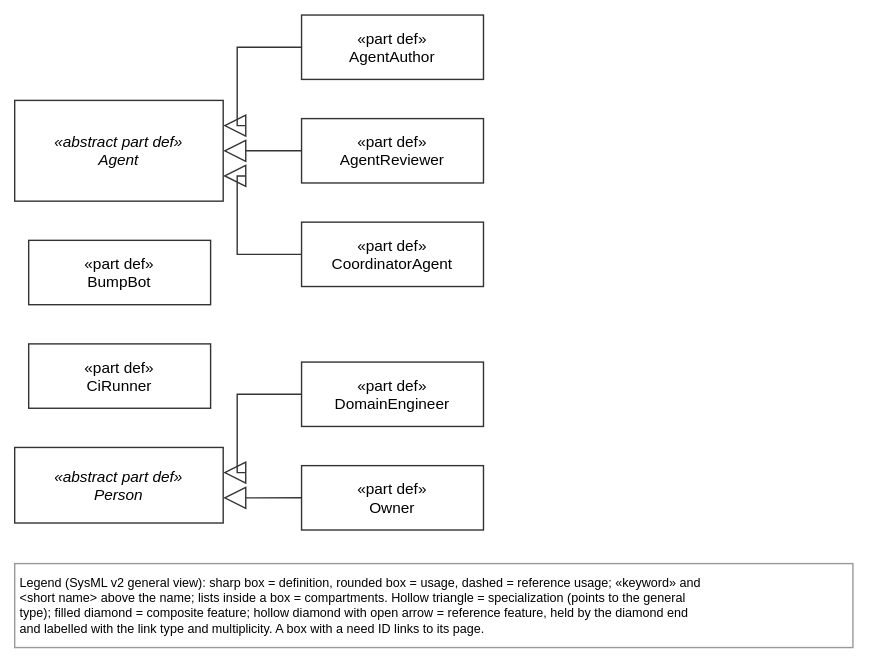
Before: views/roleKinds.drawio.svg, a diagram exported from draw.io (tiacsys/xdmod). Source tidied: cells renumbered, new cells last; positions are measured from the earlier drawing's top-left corner, leaving out a move shared by most shapes. Its diagram source:
```xml
<mxGraphModel>
  <root>
    <mxCell id="0" />
    <mxCell id="1" parent="0" />
    <mxCell id="2" value="«abstract part def»&#10;Agent" style="html=0;fontFamily=Helvetica;fontSize=11;strokeColor=#333333;rounded=0;fillColor=#FFFFFF;fontStyle=2;verticalAlign=middle;" parent="1" vertex="1">
      <mxGeometry y="61" width="149" height="72" as="geometry" />
    </mxCell>
    <mxCell id="3" value="«part def»&#10;AgentAuthor" style="html=0;fontFamily=Helvetica;fontSize=11;strokeColor=#333333;rounded=0;fillColor=#FFFFFF;verticalAlign=middle;" parent="1" vertex="1">
      <mxGeometry x="205" width="130" height="46" as="geometry" />
    </mxCell>
    <mxCell id="4" value="«part def»&#10;AgentReviewer" style="html=0;fontFamily=Helvetica;fontSize=11;strokeColor=#333333;rounded=0;fillColor=#FFFFFF;verticalAlign=middle;" parent="1" vertex="1">
      <mxGeometry x="205" y="74" width="130" height="46" as="geometry" />
    </mxCell>
    <mxCell id="5" value="«part def»&#10;BumpBot" style="html=0;fontFamily=Helvetica;fontSize=11;strokeColor=#333333;rounded=0;fillColor=#FFFFFF;verticalAlign=middle;" parent="1" vertex="1">
      <mxGeometry x="10" y="161" width="130" height="46" as="geometry" />
    </mxCell>
    <mxCell id="6" value="«part def»&#10;CiRunner" style="html=0;fontFamily=Helvetica;fontSize=11;strokeColor=#333333;rounded=0;fillColor=#FFFFFF;verticalAlign=middle;" parent="1" vertex="1">
      <mxGeometry x="10" y="235" width="130" height="46" as="geometry" />
    </mxCell>
    <mxCell id="7" value="«part def»&#10;CoordinatorAgent" style="html=0;fontFamily=Helvetica;fontSize=11;strokeColor=#333333;rounded=0;fillColor=#FFFFFF;verticalAlign=middle;" parent="1" vertex="1">
      <mxGeometry x="205" y="148" width="130" height="46" as="geometry" />
    </mxCell>
    <mxCell id="8" value="«part def»&#10;DomainEngineer" style="html=0;fontFamily=Helvetica;fontSize=11;strokeColor=#333333;rounded=0;fillColor=#FFFFFF;verticalAlign=middle;" parent="1" vertex="1">
      <mxGeometry x="205" y="248" width="130" height="46" as="geometry" />
    </mxCell>
    <mxCell id="9" value="«part def»&#10;Owner" style="html=0;fontFamily=Helvetica;fontSize=11;strokeColor=#333333;rounded=0;fillColor=#FFFFFF;verticalAlign=middle;" parent="1" vertex="1">
      <mxGeometry x="205" y="322" width="130" height="46" as="geometry" />
    </mxCell>
    <mxCell id="10" value="«abstract part def»&#10;Person" style="html=0;fontFamily=Helvetica;fontSize=11;strokeColor=#333333;rounded=0;fillColor=#FFFFFF;fontStyle=2;verticalAlign=middle;" parent="1" vertex="1">
      <mxGeometry y="309" width="149" height="54" as="geometry" />
    </mxCell>
    <mxCell id="11" value="Legend (SysML v2 general view): sharp box = definition, rounded box = usage, dashed = reference usage; «keyword» and&#10;&lt;short name&gt; above the name; lists inside a box = compartments. Hollow triangle = specialization (points to the general&#10;type); filled diamond = composite feature; hollow diamond with open arrow = reference feature, held by the diamond end&#10;and labelled with the link type and multiplicity. A box with a need ID links to its page." style="text;html=0;align=left;verticalAlign=top;fontFamily=Helvetica;fontSize=9;fillColor=#FFFFFF;strokeColor=#999999;spacing=4;" parent="1" vertex="1">
      <mxGeometry y="392" width="599" height="60" as="geometry" />
    </mxCell>
    <mxCell id="12" style="html=0;rounded=0;endSize=10;startSize=14;fontFamily=Helvetica;fontSize=10;labelBackgroundColor=#FFFFFF;strokeColor=#333333;endArrow=block;endFill=0;endSize=14;exitX=0.000;exitY=0.500;exitDx=0;exitDy=0;exitPerimeter=0;entryX=1.000;entryY=0.250;entryDx=0;entryDy=0;entryPerimeter=0;" parent="1" edge="1" source="3" target="2">
      <mxGeometry relative="1" as="geometry">
        <Array as="points">
          <mxPoint x="159" y="23" />
          <mxPoint x="159" y="79" />
        </Array>
      </mxGeometry>
    </mxCell>
    <mxCell id="13" style="html=0;rounded=0;endSize=10;startSize=14;fontFamily=Helvetica;fontSize=10;labelBackgroundColor=#FFFFFF;strokeColor=#333333;endArrow=block;endFill=0;endSize=14;exitX=0.000;exitY=0.500;exitDx=0;exitDy=0;exitPerimeter=0;entryX=1.000;entryY=0.500;entryDx=0;entryDy=0;entryPerimeter=0;" parent="1" edge="1" source="4" target="2">
      <mxGeometry relative="1" as="geometry" />
    </mxCell>
    <mxCell id="14" style="html=0;rounded=0;endSize=10;startSize=14;fontFamily=Helvetica;fontSize=10;labelBackgroundColor=#FFFFFF;strokeColor=#333333;endArrow=block;endFill=0;endSize=14;exitX=0.000;exitY=0.500;exitDx=0;exitDy=0;exitPerimeter=0;entryX=1.000;entryY=0.750;entryDx=0;entryDy=0;entryPerimeter=0;" parent="1" edge="1" source="7" target="2">
      <mxGeometry relative="1" as="geometry">
        <Array as="points">
          <mxPoint x="159" y="171" />
          <mxPoint x="159" y="115" />
        </Array>
      </mxGeometry>
    </mxCell>
    <mxCell id="15" style="html=0;rounded=0;endSize=10;startSize=14;fontFamily=Helvetica;fontSize=10;labelBackgroundColor=#FFFFFF;strokeColor=#333333;endArrow=block;endFill=0;endSize=14;exitX=0.000;exitY=0.500;exitDx=0;exitDy=0;exitPerimeter=0;entryX=1.000;entryY=0.333;entryDx=0;entryDy=0;entryPerimeter=0;" parent="1" edge="1" source="8" target="10">
      <mxGeometry relative="1" as="geometry">
        <Array as="points">
          <mxPoint x="159" y="271" />
          <mxPoint x="159" y="327" />
        </Array>
      </mxGeometry>
    </mxCell>
    <mxCell id="16" style="html=0;rounded=0;endSize=10;startSize=14;fontFamily=Helvetica;fontSize=10;labelBackgroundColor=#FFFFFF;strokeColor=#333333;endArrow=block;endFill=0;endSize=14;exitX=0.000;exitY=0.500;exitDx=0;exitDy=0;exitPerimeter=0;entryX=1.000;entryY=0.667;entryDx=0;entryDy=0;entryPerimeter=0;" parent="1" edge="1" source="9" target="10">
      <mxGeometry relative="1" as="geometry" />
    </mxCell>
  </root>
</mxGraphModel>
```
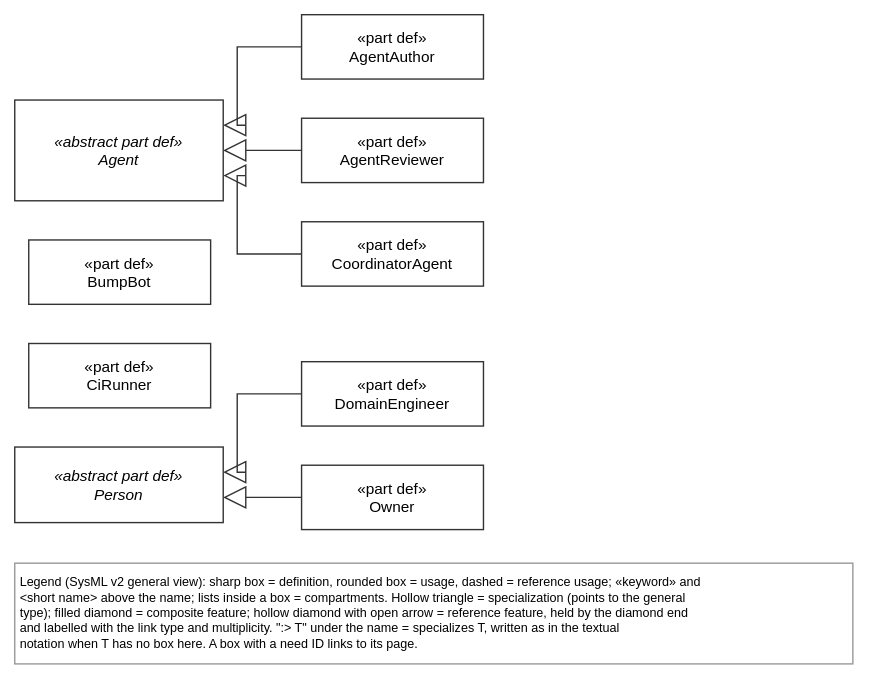
Above is the later version.

Diff of the diagram source:
```diff
@@ -29,8 +29,8 @@
     <mxCell id="10" value="«abstract part def»&#10;Person" style="html=0;fontFamily=Helvetica;fontSize=11;strokeColor=#333333;rounded=0;fillColor=#FFFFFF;fontStyle=2;verticalAlign=middle;" parent="1" vertex="1">
       <mxGeometry y="309" width="149" height="54" as="geometry" />
     </mxCell>
-    <mxCell id="11" value="Legend (SysML v2 general view): sharp box = definition, rounded box = usage, dashed = reference usage; «keyword» and&#10;&lt;short name&gt; above the name; lists inside a box = compartments. Hollow triangle = specialization (points to the general&#10;type); filled diamond = composite feature; hollow diamond with open arrow = reference feature, held by the diamond end&#10;and labelled with the link type and multiplicity. A box with a need ID links to its page." style="text;html=0;align=left;verticalAlign=top;fontFamily=Helvetica;fontSize=9;fillColor=#FFFFFF;strokeColor=#999999;spacing=4;" parent="1" vertex="1">
-      <mxGeometry y="392" width="599" height="60" as="geometry" />
+    <mxCell id="11" value="Legend (SysML v2 general view): sharp box = definition, rounded box = usage, dashed = reference usage; «keyword» and&#10;&lt;short name&gt; above the name; lists inside a box = compartments. Hollow triangle = specialization (points to the general&#10;type); filled diamond = composite feature; hollow diamond with open arrow = reference feature, held by the diamond end&#10;and labelled with the link type and multiplicity. &quot;:&gt; T&quot; under the name = specializes T, written as in the textual&#10;notation when T has no box here. A box with a need ID links to its page." style="text;html=0;align=left;verticalAlign=top;fontFamily=Helvetica;fontSize=9;fillColor=#FFFFFF;strokeColor=#999999;spacing=4;" parent="1" vertex="1">
+      <mxGeometry y="392" width="599" height="72" as="geometry" />
     </mxCell>
     <mxCell id="12" style="html=0;rounded=0;endSize=10;startSize=14;fontFamily=Helvetica;fontSize=10;labelBackgroundColor=#FFFFFF;strokeColor=#333333;endArrow=block;endFill=0;endSize=14;exitX=0.000;exitY=0.500;exitDx=0;exitDy=0;exitPerimeter=0;entryX=1.000;entryY=0.250;entryDx=0;entryDy=0;entryPerimeter=0;" parent="1" edge="1" source="3" target="2">
       <mxGeometry relative="1" as="geometry">
```
